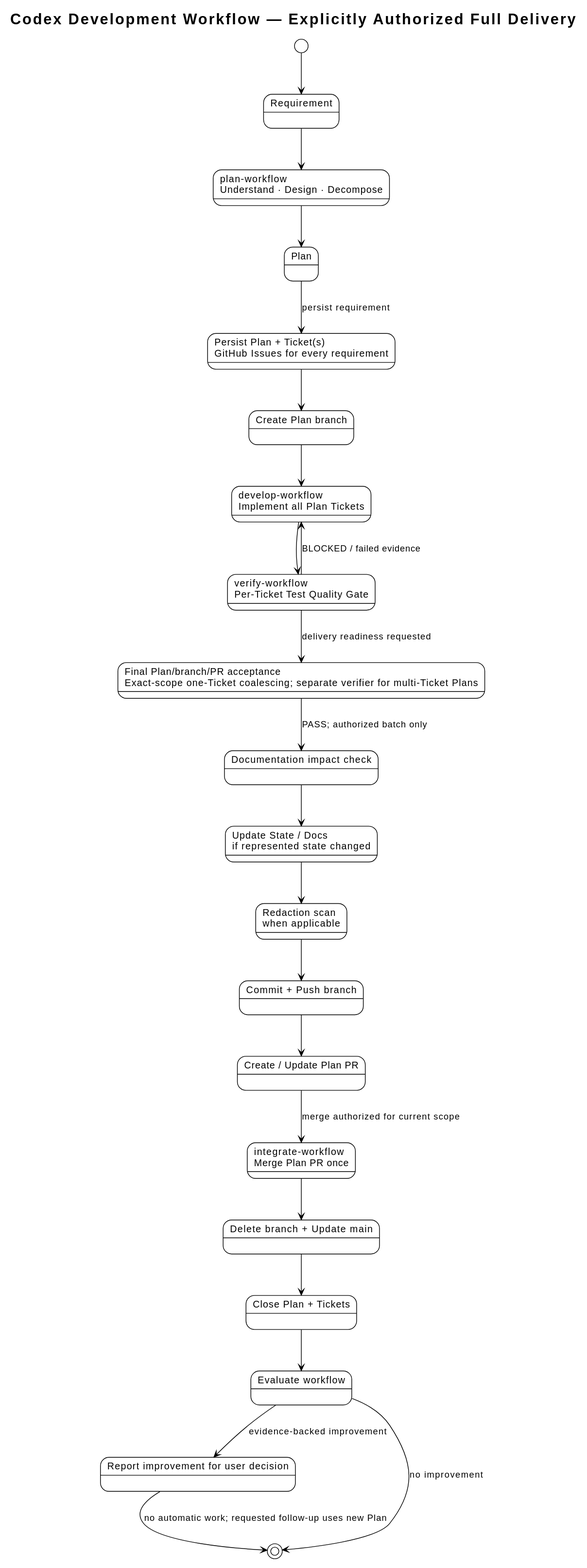
Before: docs/architecture/diagrams/architecture.svg, a diagram exported from PlantUML (i-zrhe2016/codex-development-workflow).
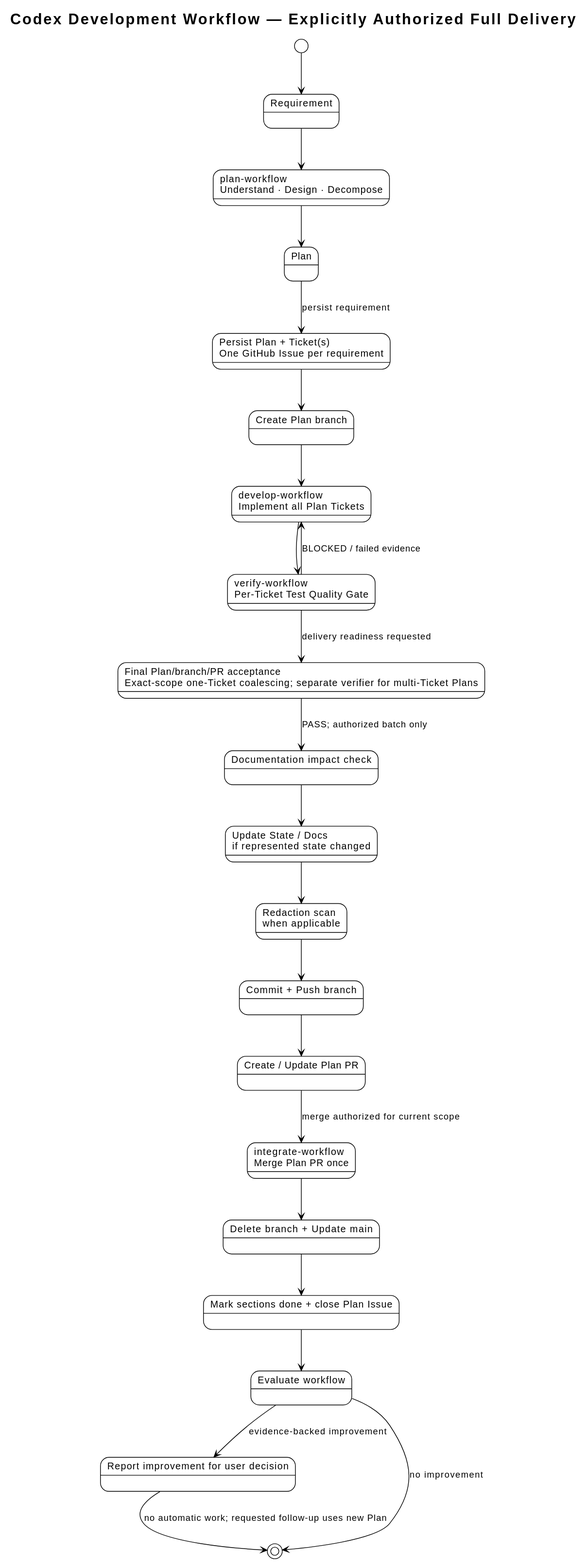
After the commit.

The edit, as a diff of the source:
```diff
@@ -9,7 +9,7 @@
 state "Requirement" as Requirement
 state "plan-workflow\nUnderstand · Design · Decompose" as Understand
 state "Plan" as Plan
-state "Persist Plan + Ticket(s)\nGitHub Issues for every requirement" as Issues
+state "Persist Plan + Ticket(s)\nOne GitHub Issue per requirement" as Issues
 state "Create Plan branch" as Branch
 state "develop-workflow\nImplement all Plan Tickets" as Implement
 state "verify-workflow\nPer-Ticket Test Quality Gate" as Test
@@ -21,7 +21,7 @@
 state "Create / Update Plan PR" as PR
 state "integrate-workflow\nMerge Plan PR once" as Merge
 state "Delete branch + Update main" as Cleanup
-state "Close Plan + Tickets" as Close
+state "Mark sections done + close Plan Issue" as Close
 state "Evaluate workflow" as Evaluate
 state "Report improvement for user decision" as Improve
 
```
